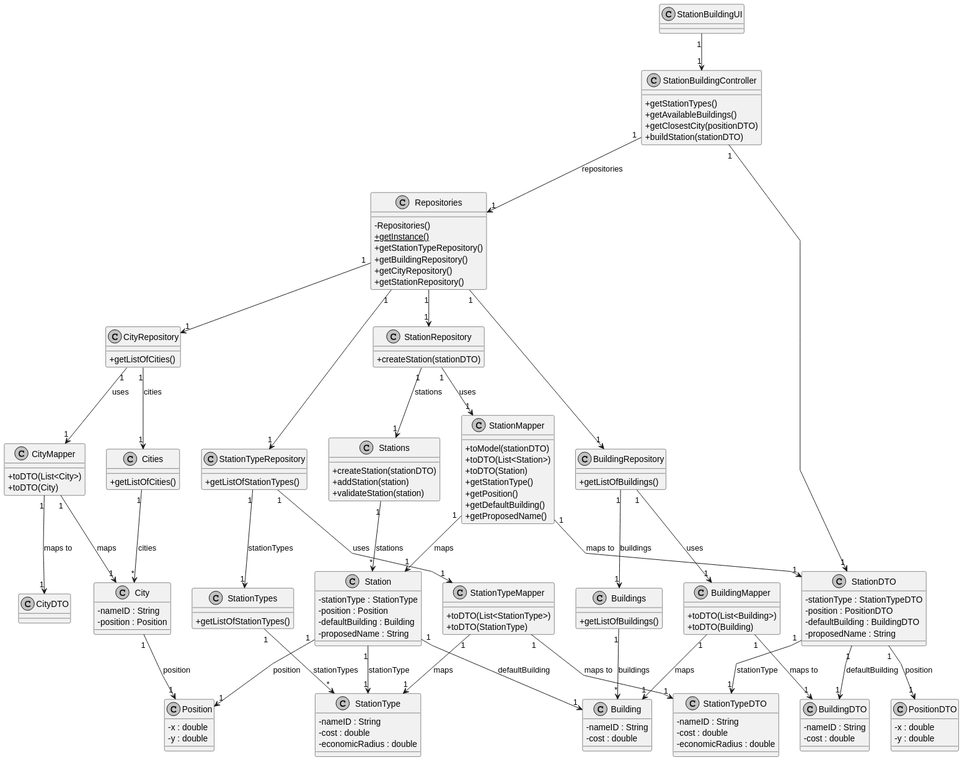
HenriqueSilva18/Railway-Network-Simulator keeps this PlantUML diagram as docs/system-documentation/Sprint 3/US05/03.design/svg/US05-CD.svg. Above is the earlier version.
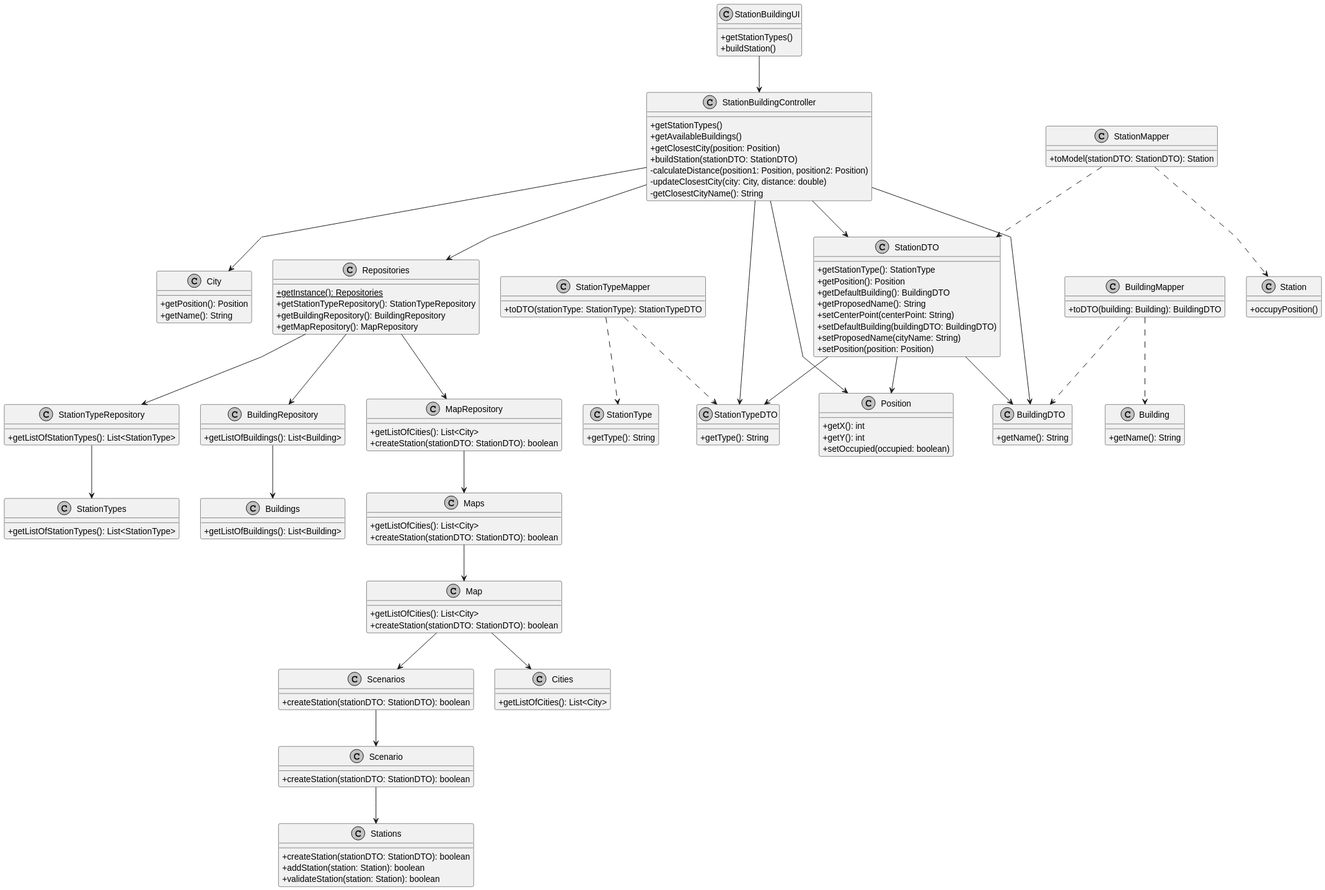
Later version of the same file.

Change to the diagram source:
```diff
@@ -7,176 +7,160 @@
 skinparam classAttributeIconSize 0
 
 class StationBuildingUI {
+    + getStationTypes()
+    + buildStation()
 }
 
 class StationBuildingController {
     + getStationTypes()
     + getAvailableBuildings()
-    + getClosestCity(positionDTO)
-    + buildStation(stationDTO)
+    + getClosestCity(position: Position)
+    + buildStation(stationDTO: StationDTO)
+    - calculateDistance(position1: Position, position2: Position)
+    - updateClosestCity(city: City, distance: double)
+    - getClosestCityName(): String
+}
+
+class StationDTO {
+    + getStationType(): StationType
+    + getPosition(): Position
+    + getDefaultBuilding(): BuildingDTO
+    + getProposedName(): String
+    + setCenterPoint(centerPoint: String)
+    + setDefaultBuilding(buildingDTO: BuildingDTO)
+    + setProposedName(cityName: String)
+    + setPosition(position: Position)
+}
+
+class Position {
+    + getX(): int
+    + getY(): int
+    + setOccupied(occupied: boolean)
+}
+
+class StationTypeDTO {
+    + getType(): String
+}
+
+class BuildingDTO {
+    + getName(): String
+}
+
+class StationType {
+    + getType(): String
+}
+
+class Building {
+    + getName(): String
+}
+
+class Station {
+    + occupyPosition()
+}
+
+class City {
+    + getPosition(): Position
+    + getName(): String
+}
+
+class StationTypeMapper {
+    + toDTO(stationType: StationType): StationTypeDTO
+}
+
+class BuildingMapper {
+    + toDTO(building: Building): BuildingDTO
+}
+
+class StationMapper {
+    + toModel(stationDTO: StationDTO): Station
+}
+
+class StationTypeRepository {
+    + getListOfStationTypes(): List<StationType>
+}
+
+class BuildingRepository {
+    + getListOfBuildings(): List<Building>
+}
+
+class MapRepository {
+    + getListOfCities(): List<City>
+    + createStation(stationDTO: StationDTO): boolean
 }
 
 class Repositories {
-    - Repositories()
-    + {static} getInstance()
-    + getStationTypeRepository()
-    + getBuildingRepository()
-    + getCityRepository()
-    + getStationRepository()
-}
-
-class StationTypeRepository {
-    + getListOfStationTypes()
-}
-
-class BuildingRepository {
-    + getListOfBuildings()
-}
-
-class CityRepository {
-    + getListOfCities()
-}
-
-class StationRepository {
-    + createStation(stationDTO)
+    + {static} getInstance(): Repositories
+    + getStationTypeRepository(): StationTypeRepository
+    + getBuildingRepository(): BuildingRepository
+    + getMapRepository(): MapRepository
 }
 
 class StationTypes {
-    + getListOfStationTypes()
+    + getListOfStationTypes(): List<StationType>
 }
 
 class Buildings {
-    + getListOfBuildings()
+    + getListOfBuildings(): List<Building>
+}
+
+class Maps {
+    + getListOfCities(): List<City>
+    + createStation(stationDTO: StationDTO): boolean
+}
+
+class Map {
+    + getListOfCities(): List<City>
+    + createStation(stationDTO: StationDTO): boolean
+}
+
+class Scenarios {
+    + createStation(stationDTO: StationDTO): boolean
+}
+
+class Scenario {
+    + createStation(stationDTO: StationDTO): boolean
+}
+
+class Stations {
+    + createStation(stationDTO: StationDTO): boolean
+    + addStation(station: Station): boolean
+    + validateStation(station: Station): boolean
 }
 
 class Cities {
-    + getListOfCities()
+    + getListOfCities(): List<City>
 }
 
-class Stations {
-    + createStation(stationDTO)
-    + addStation(station)
-    + validateStation(station)
-}
+StationBuildingUI --> StationBuildingController
+StationBuildingController --> StationDTO
+StationBuildingController --> Position
+StationBuildingController --> StationTypeDTO
+StationBuildingController --> BuildingDTO
+StationBuildingController --> City
+StationBuildingController --> Repositories
 
-class Station {
-    - stationType : StationType
-    - position : Position
-    - defaultBuilding : Building
-    - proposedName : String
-}
+StationDTO --> Position
+StationDTO --> StationTypeDTO
+StationDTO --> BuildingDTO
 
-class StationType {
-    - nameID : String
-    - cost : double
-    - economicRadius : double
-}
+Repositories --> StationTypeRepository
+Repositories --> BuildingRepository
+Repositories --> MapRepository
 
-class Building {
-    - nameID : String
-    - cost : double
-}
+StationTypeRepository --> StationTypes
+BuildingRepository --> Buildings
+MapRepository --> Maps
 
-class City {
-    - nameID : String
-    - position : Position
-}
+Maps --> Map
+Map --> Scenarios
+Scenarios --> Scenario
+Scenario --> Stations
+Map --> Cities
 
-class Position {
-    - x : double
-    - y : double
-}
-
-class StationDTO {
-    - stationType : StationTypeDTO
-    - position : PositionDTO
-    - defaultBuilding : BuildingDTO
-    - proposedName : String
-}
-
-class StationTypeDTO {
-    - nameID : String
-    - cost : double
-    - economicRadius : double
-}
-
-class BuildingDTO {
-    - nameID : String
-    - cost : double
-}
-
-class PositionDTO {
-    - x : double
-    - y : double
-}
-
-class StationMapper {
-    + toModel(stationDTO)
-    + toDTO(List<Station>)
-    + toDTO(Station)
-    + getStationType()
-    + getPosition()
-    + getDefaultBuilding()
-    + getProposedName()
-}
-
-class StationTypeMapper {
-    + toDTO(List<StationType>)
-    + toDTO(StationType)
-}
-
-class BuildingMapper {
-    + toDTO(List<Building>)
-    + toDTO(Building)
-}
-
-class CityMapper {
-    + toDTO(List<City>)
-    + toDTO(City)
-}
-
-StationBuildingUI "1" --> "1" StationBuildingController
-StationBuildingController "1" --> "1" Repositories : repositories
-StationBuildingController "1" --> "1" StationDTO
-
-Repositories "1" --> "1" StationTypeRepository
-Repositories "1" --> "1" BuildingRepository
-Repositories "1" --> "1" CityRepository
-Repositories "1" --> "1" StationRepository
-
-StationTypeRepository "1" --> "1" StationTypes : stationTypes
-BuildingRepository "1" --> "1" Buildings : buildings
-CityRepository "1" --> "1" Cities : cities
-StationRepository "1" --> "1" Stations : stations
-
-StationTypes "1" --> "*" StationType : stationTypes
-Buildings "1" --> "*" Building : buildings
-Cities "1" --> "*" City : cities
-Stations "1" --> "*" Station : stations
-
-Station "1" --> "1" StationType : stationType
-Station "1" --> "1" Position : position
-Station "1" --> "1" Building : defaultBuilding
-City "1" --> "1" Position : position
-
-StationDTO "1" --> "1" StationTypeDTO : stationType
-StationDTO "1" --> "1" PositionDTO : position
-StationDTO "1" --> "1" BuildingDTO : defaultBuilding
-
-StationMapper "1" --> "1" Station : maps
-StationMapper "1" --> "1" StationDTO : maps to
-
-StationTypeMapper "1" --> "1" StationType : maps
-StationTypeMapper "1" --> "1" StationTypeDTO : maps to
-
-BuildingMapper "1" --> "1" Building : maps
-BuildingMapper "1" --> "1" BuildingDTO : maps to
-
-CityMapper "1" --> "1" City : maps
-CityMapper "1" --> "1" CityDTO : maps to
-
-StationTypeRepository "1" --> "1" StationTypeMapper : uses
-BuildingRepository "1" --> "1" BuildingMapper : uses
-CityRepository "1" --> "1" CityMapper : uses
-StationRepository "1" --> "1" StationMapper : uses
+StationTypeMapper ..> StationType
+StationTypeMapper ..> StationTypeDTO
+BuildingMapper ..> Building
+BuildingMapper ..> BuildingDTO
+StationMapper ..> StationDTO
+StationMapper ..> Station
 @enduml
```
